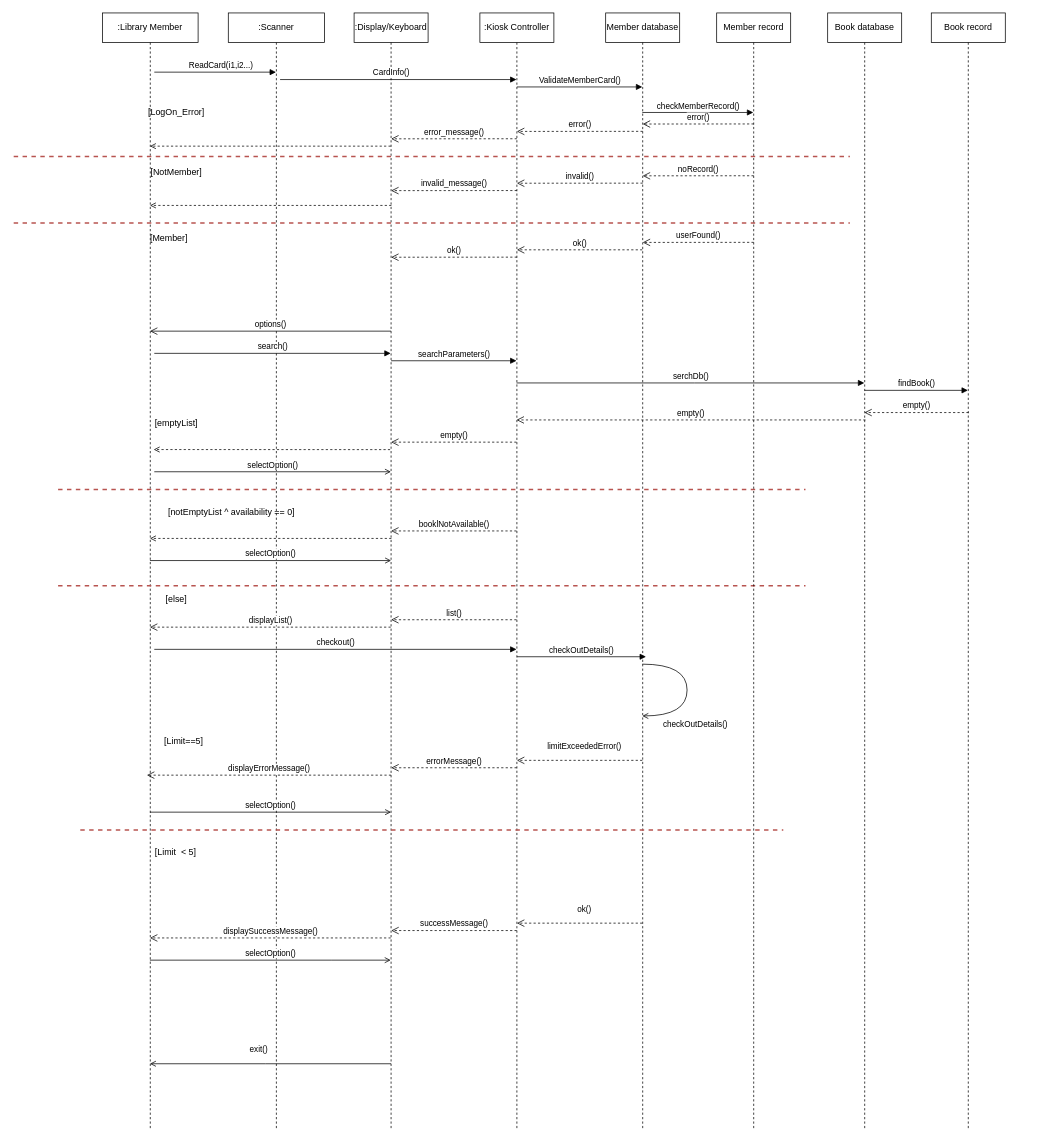
Above: Sequence.drawio in CS6359-OOAD/Assignments (draw.io), before the change. Source tidied: cells renumbered, new cells numbered last; positions are measured from the earlier drawing's top-left corner, leaving out a move shared by most shapes. Both pictures are drawn from the tidied source at 74%, with x=0, y=0 at pixel (13, 13).
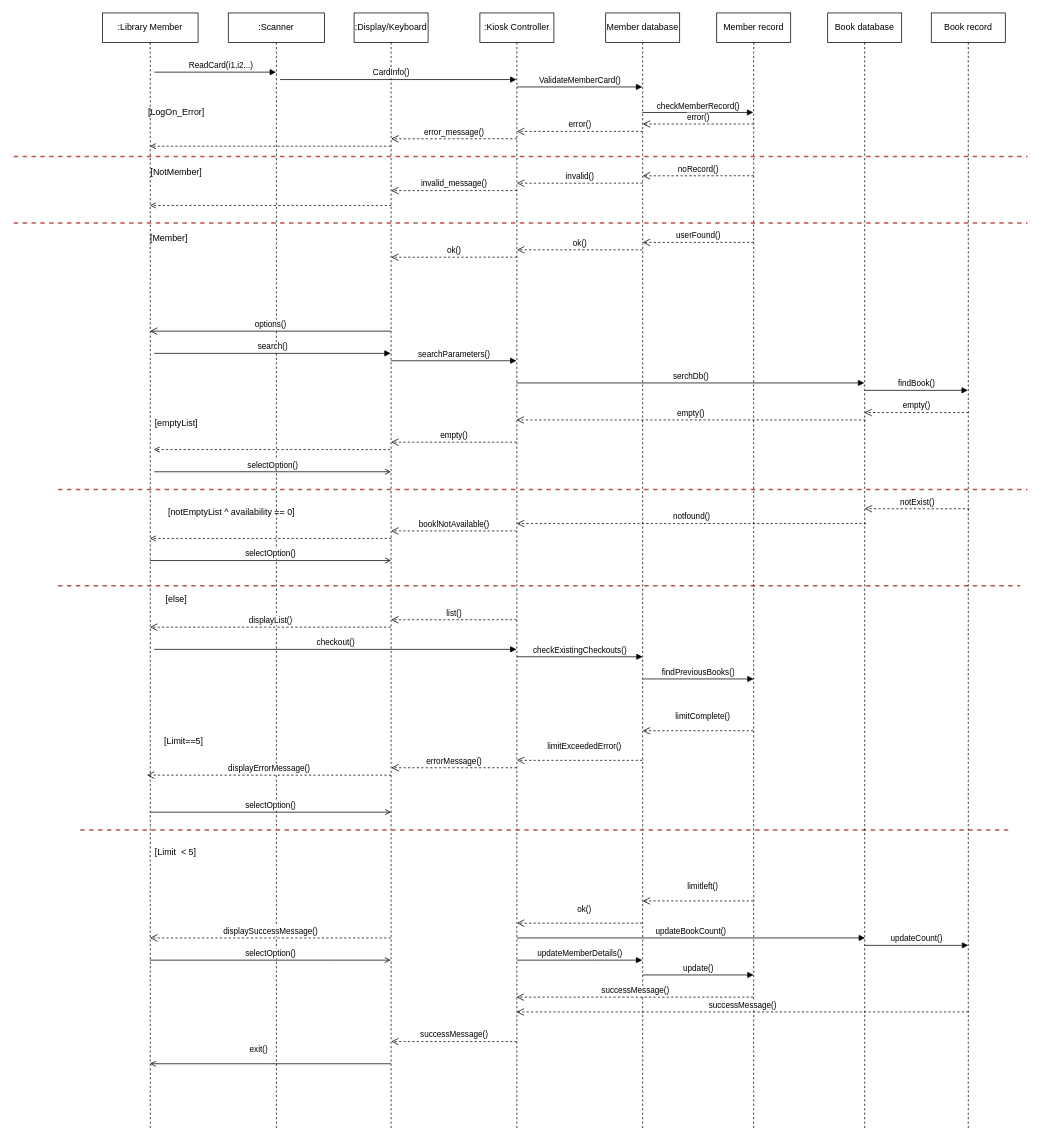
Above is the later version.

Unchanged cells that the change refers to:
```xml
<mxCell id="15" value=":Kiosk Controller" style="shape=umlLifeline;perimeter=lifelinePerimeter;whiteSpace=wrap;html=1;outlineConnect=0;" parent="1" vertex="1">
  <mxGeometry x="630" width="100" height="1510" as="geometry" />
</mxCell>
<mxCell id="18" value="Member database" style="shape=umlLifeline;perimeter=lifelinePerimeter;whiteSpace=wrap;html=1;outlineConnect=0;" parent="1" vertex="1">
  <mxGeometry x="800" width="100" height="1510" as="geometry" />
</mxCell>
<mxCell id="52" value="Member record" style="shape=umlLifeline;perimeter=lifelinePerimeter;whiteSpace=wrap;html=1;" parent="1" vertex="1">
  <mxGeometry x="950" width="100" height="1510" as="geometry" />
</mxCell>
<mxCell id="57" value="Book database" style="shape=umlLifeline;perimeter=lifelinePerimeter;whiteSpace=wrap;html=1;outlineConnect=0;" parent="1" vertex="1">
  <mxGeometry x="1100" width="100" height="1510" as="geometry" />
</mxCell>
<mxCell id="59" value="Book record" style="shape=umlLifeline;perimeter=lifelinePerimeter;whiteSpace=wrap;html=1;outlineConnect=0;" parent="1" vertex="1">
  <mxGeometry x="1240" width="100" height="1510" as="geometry" />
</mxCell>
```

Diff of the diagram source:
```diff
@@
-    <mxCell id="17" value="checkOutDetails()" style="html=1;verticalAlign=bottom;endArrow=block;rounded=0;" parent="15" edge="1">
+    <mxCell id="17" value="checkExistingCheckouts()" style="html=1;verticalAlign=bottom;endArrow=block;rounded=0;" parent="15" edge="1">
       <mxGeometry relative="1" as="geometry">
         <mxPoint x="50" y="870" as="sourcePoint" />
-        <mxPoint x="224.5" y="870" as="targetPoint" />
+        <mxPoint x="220" y="870" as="targetPoint" />
       </mxGeometry>
     </mxCell>
@@
     <mxCell id="26" style="line;strokeWidth=2;fillColor=#f8cecc;align=left;verticalAlign=middle;spacingTop=-1;spacingLeft=3;spacingRight=3;labelPosition=right;dashed=1;strokeColor=#b85450;" parent="1" vertex="1">
-      <mxGeometry y="190" width="1130" height="8" as="geometry" />
+      <mxGeometry y="190" width="1370" height="8" as="geometry" />
     </mxCell>
@@
     <mxCell id="29" style="line;strokeWidth=2;fillColor=#f8cecc;align=left;verticalAlign=middle;spacingTop=-1;spacingLeft=3;spacingRight=3;labelPosition=right;dashed=1;strokeColor=#b85450;" parent="1" vertex="1">
-      <mxGeometry y="280" width="1130" height="8" as="geometry" />
+      <mxGeometry y="280" width="1370" height="8" as="geometry" />
     </mxCell>
@@
     <mxCell id="34" style="line;strokeWidth=2;fillColor=#f8cecc;align=left;verticalAlign=middle;spacingTop=-1;spacingLeft=3;spacingRight=3;labelPosition=right;dashed=1;strokeColor=#b85450;" parent="1" vertex="1">
-      <mxGeometry x="60" y="640" width="1010" height="8" as="geometry" />
+      <mxGeometry x="60" y="640" width="1310" height="8" as="geometry" />
     </mxCell>
@@
     <mxCell id="38" style="line;strokeWidth=2;fillColor=#f8cecc;align=left;verticalAlign=middle;spacingTop=-1;spacingLeft=3;spacingRight=3;labelPosition=right;dashed=1;strokeColor=#b85450;" parent="1" vertex="1">
-      <mxGeometry x="60" y="770" width="1010" height="8" as="geometry" />
+      <mxGeometry x="60" y="770" width="1300" height="8" as="geometry" />
     </mxCell>
@@
-    <mxCell id="41" value="checkOutDetails()" style="html=1;verticalAlign=bottom;endArrow=open;rounded=0;endFill=0;edgeStyle=orthogonalEdgeStyle;curved=1;" parent="1" edge="1" source="18" target="18">
-      <mxGeometry x="0.37" y="22" relative="1" as="geometry">
-        <Array as="points">
-          <mxPoint x="910" y="880" />
-          <mxPoint x="910" y="950" />
-        </Array>
-        <mxPoint x="11" y="-2" as="offset" />
-      </mxGeometry>
-    </mxCell>
@@
     <mxCell id="44" style="line;strokeWidth=2;fillColor=#f8cecc;align=left;verticalAlign=middle;spacingTop=-1;spacingLeft=3;spacingRight=3;labelPosition=right;dashed=1;strokeColor=#b85450;" parent="1" vertex="1">
-      <mxGeometry x="90" y="1100" width="950" height="8" as="geometry" />
+      <mxGeometry x="90" y="1100" width="1260" height="8" as="geometry" />
     </mxCell>
@@
     <mxCell id="48" value="successMessage()" style="html=1;verticalAlign=bottom;endArrow=open;dashed=1;endSize=8;rounded=0;entryX=0.716;entryY=0.035;entryDx=0;entryDy=0;entryPerimeter=0;endFill=0;" parent="1" edge="1">
       <mxGeometry relative="1" as="geometry">
-        <mxPoint x="679.8" y="1240" as="sourcePoint" />
-        <mxPoint x="510.2" y="1240" as="targetPoint" />
+        <mxPoint x="679.8" y="1390" as="sourcePoint" />
+        <mxPoint x="510.2" y="1390" as="targetPoint" />
       </mxGeometry>
     </mxCell>
@@
+    <mxCell id="65" value="notfound()" style="html=1;verticalAlign=bottom;endArrow=open;dashed=1;endSize=8;rounded=0;endFill=0;" parent="52" edge="1">
+      <mxGeometry relative="1" as="geometry">
+        <mxPoint x="201.9" y="690" as="sourcePoint" />
+        <mxPoint x="-270" y="690" as="targetPoint" />
+        <Array as="points">
+          <mxPoint x="72.4" y="690" />
+        </Array>
+      </mxGeometry>
+    </mxCell>
+    <mxCell id="66" value="findPreviousBooks()" style="html=1;verticalAlign=bottom;endArrow=block;rounded=0;" parent="52" edge="1">
+      <mxGeometry relative="1" as="geometry">
+        <mxPoint x="-100" y="900" as="sourcePoint" />
+        <mxPoint x="50" y="900" as="targetPoint" />
+      </mxGeometry>
+    </mxCell>
+    <mxCell id="67" value="limitComplete()" style="html=1;verticalAlign=bottom;endArrow=open;dashed=1;endSize=8;rounded=0;endFill=0;" parent="52" edge="1">
+      <mxGeometry x="-0.06" y="-10" relative="1" as="geometry">
+        <mxPoint x="49.5" y="970" as="sourcePoint" />
+        <mxPoint x="-100" y="970" as="targetPoint" />
+        <mxPoint x="1" as="offset" />
+      </mxGeometry>
+    </mxCell>
+    <mxCell id="68" value="update()" style="html=1;verticalAlign=bottom;endArrow=block;rounded=0;" parent="52" edge="1">
+      <mxGeometry relative="1" as="geometry">
+        <mxPoint x="-100" y="1300" as="sourcePoint" />
+        <mxPoint x="50" y="1300" as="targetPoint" />
+      </mxGeometry>
+    </mxCell>
@@
+    <mxCell id="69" value="notExist()" style="html=1;verticalAlign=bottom;endArrow=open;dashed=1;endSize=8;rounded=0;endFill=0;" parent="57" edge="1">
+      <mxGeometry relative="1" as="geometry">
+        <mxPoint x="191.6" y="670" as="sourcePoint" />
+        <mxPoint x="50" y="670" as="targetPoint" />
+        <Array as="points">
+          <mxPoint x="62.1" y="670" />
+        </Array>
+      </mxGeometry>
+    </mxCell>
@@
+    <mxCell id="70" value="updateCount()" style="html=1;verticalAlign=bottom;endArrow=block;rounded=0;" parent="59" edge="1">
+      <mxGeometry relative="1" as="geometry">
+        <mxPoint x="-90" y="1260" as="sourcePoint" />
+        <mxPoint x="50" y="1260" as="targetPoint" />
+      </mxGeometry>
+    </mxCell>
@@
+    <mxCell id="71" value="limitleft()" style="html=1;verticalAlign=bottom;endArrow=open;dashed=1;endSize=8;rounded=0;endFill=0;" parent="1" edge="1">
+      <mxGeometry x="-0.06" y="-10" relative="1" as="geometry">
+        <mxPoint x="999.5" y="1200" as="sourcePoint" />
+        <mxPoint x="850" y="1200" as="targetPoint" />
+        <mxPoint x="1" as="offset" />
+      </mxGeometry>
+    </mxCell>
+    <mxCell id="72" value="updateBookCount()" style="html=1;verticalAlign=bottom;endArrow=block;rounded=0;" parent="1" edge="1">
+      <mxGeometry relative="1" as="geometry">
+        <mxPoint x="680" y="1250" as="sourcePoint" />
+        <mxPoint x="1150.5" y="1250" as="targetPoint" />
+        <Array as="points">
+          <mxPoint x="921" y="1250" />
+        </Array>
+      </mxGeometry>
+    </mxCell>
+    <mxCell id="73" value="updateMemberDetails()" style="html=1;verticalAlign=bottom;endArrow=block;rounded=0;" parent="1" edge="1" target="18">
+      <mxGeometry relative="1" as="geometry">
+        <mxPoint x="680" y="1280" as="sourcePoint" />
+        <Array as="points">
+          <mxPoint x="790" y="1280" />
+        </Array>
+      </mxGeometry>
+    </mxCell>
+    <mxCell id="74" value="successMessage()" style="html=1;verticalAlign=bottom;endArrow=open;dashed=1;endSize=8;rounded=0;endFill=0;" parent="1" edge="1" target="15">
+      <mxGeometry relative="1" as="geometry">
+        <mxPoint x="999.5" y="1330" as="sourcePoint" />
+      </mxGeometry>
+    </mxCell>
+    <mxCell id="75" value="successMessage()" style="html=1;verticalAlign=bottom;endArrow=open;dashed=1;endSize=8;rounded=0;endFill=0;" parent="1" edge="1" target="15">
+      <mxGeometry relative="1" as="geometry">
+        <mxPoint x="1290.2" y="1350" as="sourcePoint" />
+      </mxGeometry>
+    </mxCell>
```
